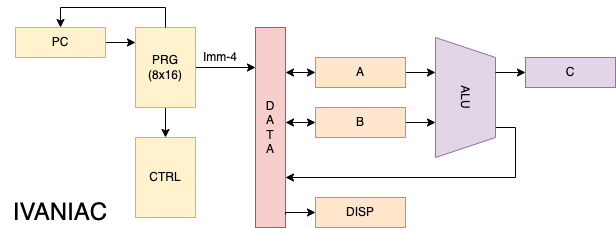
Above: files/images/ivaniac_arch.png in techno-sorcery/techno-sorcery.github.io (draw.io), before the change. Source tidied: cells renumbered, new cells last; positions are measured from the earlier drawing's top-left corner, leaving out a move shared by most shapes. Source of this version:
```xml
<mxGraphModel>
  <root>
    <mxCell id="0" />
    <mxCell id="1" parent="0" />
    <mxCell id="2" style="edgeStyle=orthogonalEdgeStyle;rounded=0;jettySize=auto;html=1;exitX=0.75;exitY=0;exitDx=0;exitDy=0;entryX=1;entryY=0.75;entryDx=0;entryDy=0;" parent="1" edge="1" source="3" target="7">
      <mxGeometry relative="1" as="geometry" />
    </mxCell>
    <mxCell id="3" value="ALU" style="shape=trapezoid;perimeter=trapezoidPerimeter;whiteSpace=wrap;html=1;fixedSize=1;rotation=90;fillColor=#e1d5e7;strokeColor=#9673a6;" parent="1" vertex="1">
      <mxGeometry x="405" y="40" width="120" height="60" as="geometry" />
    </mxCell>
    <mxCell id="4" style="edgeStyle=orthogonalEdgeStyle;rounded=0;jettySize=auto;html=1;exitX=0;exitY=0.5;exitDx=0;exitDy=0;entryX=1;entryY=0.25;entryDx=0;entryDy=0;startArrow=classic;startFill=1;endArrow=classic;endFill=1;" parent="1" edge="1" source="6">
      <mxGeometry relative="1" as="geometry">
        <mxPoint x="285" y="45" as="targetPoint" />
      </mxGeometry>
    </mxCell>
    <mxCell id="5" style="edgeStyle=orthogonalEdgeStyle;rounded=0;jettySize=auto;html=1;exitX=1;exitY=0.5;exitDx=0;exitDy=0;entryX=0.293;entryY=1;entryDx=0;entryDy=0;entryPerimeter=0;" parent="1" edge="1" source="6" target="3">
      <mxGeometry relative="1" as="geometry" />
    </mxCell>
    <mxCell id="6" value="A" style="rounded=0;whiteSpace=wrap;html=1;fillColor=#ffe6cc;strokeColor=#d79b00;" parent="1" vertex="1">
      <mxGeometry x="315" y="30" width="90" height="30" as="geometry" />
    </mxCell>
    <mxCell id="7" value="D&lt;br&gt;A&lt;br&gt;T&lt;br&gt;A" style="rounded=0;whiteSpace=wrap;html=1;fillColor=#f8cecc;strokeColor=#b85450;" parent="1" vertex="1">
      <mxGeometry x="255" width="30" height="200" as="geometry" />
    </mxCell>
    <mxCell id="8" style="edgeStyle=orthogonalEdgeStyle;rounded=0;jettySize=auto;html=1;exitX=0;exitY=0.5;exitDx=0;exitDy=0;entryX=0.291;entryY=0;entryDx=0;entryDy=0;entryPerimeter=0;startArrow=classic;startFill=1;endArrow=none;endFill=0;" parent="1" edge="1" source="9" target="3">
      <mxGeometry relative="1" as="geometry" />
    </mxCell>
    <mxCell id="9" value="C" style="rounded=0;whiteSpace=wrap;html=1;fillColor=#e1d5e7;strokeColor=#9673a6;" parent="1" vertex="1">
      <mxGeometry x="525" y="30" width="90" height="30" as="geometry" />
    </mxCell>
    <mxCell id="10" style="edgeStyle=orthogonalEdgeStyle;rounded=0;jettySize=auto;html=1;exitX=1;exitY=0.5;exitDx=0;exitDy=0;entryX=0;entryY=0.25;entryDx=0;entryDy=0;startArrow=none;startFill=0;endArrow=classic;endFill=1;" parent="1" edge="1" source="12">
      <mxGeometry relative="1" as="geometry">
        <mxPoint x="255" y="40" as="targetPoint" />
      </mxGeometry>
    </mxCell>
    <mxCell id="11" style="edgeStyle=orthogonalEdgeStyle;rounded=0;jettySize=auto;html=1;exitX=0.5;exitY=1;exitDx=0;exitDy=0;entryX=0.5;entryY=0;entryDx=0;entryDy=0;startArrow=none;startFill=0;endArrow=classic;endFill=1;" parent="1" edge="1" source="12" target="16">
      <mxGeometry relative="1" as="geometry" />
    </mxCell>
    <mxCell id="12" value="PRG&lt;br&gt;(8x16)" style="rounded=0;whiteSpace=wrap;html=1;fillColor=#fff2cc;strokeColor=#d6b656;" parent="1" vertex="1">
      <mxGeometry x="135" width="60" height="80" as="geometry" />
    </mxCell>
    <mxCell id="13" style="edgeStyle=orthogonalEdgeStyle;rounded=0;jettySize=auto;html=1;exitX=1;exitY=0.5;exitDx=0;exitDy=0;entryX=0;entryY=0.186;entryDx=0;entryDy=0;entryPerimeter=0;startArrow=none;startFill=0;endArrow=classic;endFill=1;" parent="1" edge="1" source="15" target="12">
      <mxGeometry relative="1" as="geometry" />
    </mxCell>
    <mxCell id="14" style="edgeStyle=orthogonalEdgeStyle;rounded=0;jettySize=auto;html=1;exitX=0.5;exitY=0;exitDx=0;exitDy=0;entryX=0.5;entryY=0;entryDx=0;entryDy=0;startArrow=classic;startFill=1;endArrow=none;endFill=0;" parent="1" edge="1" source="15" target="12">
      <mxGeometry relative="1" as="geometry" />
    </mxCell>
    <mxCell id="15" value="PC" style="rounded=0;whiteSpace=wrap;html=1;fillColor=#fff2cc;strokeColor=#d6b656;" parent="1" vertex="1">
      <mxGeometry x="15" width="90" height="30" as="geometry" />
    </mxCell>
    <mxCell id="16" value="CTRL" style="rounded=0;whiteSpace=wrap;html=1;fillColor=#fff2cc;strokeColor=#d6b656;" parent="1" vertex="1">
      <mxGeometry x="135" y="110" width="60" height="80" as="geometry" />
    </mxCell>
    <mxCell id="17" style="edgeStyle=orthogonalEdgeStyle;rounded=0;jettySize=auto;html=1;exitX=0;exitY=0.5;exitDx=0;exitDy=0;entryX=1;entryY=0.935;entryDx=0;entryDy=0;entryPerimeter=0;startArrow=classic;startFill=1;endArrow=none;endFill=0;" parent="1" edge="1" source="18" target="7">
      <mxGeometry relative="1" as="geometry" />
    </mxCell>
    <mxCell id="18" value="DISP" style="rounded=0;whiteSpace=wrap;html=1;fillColor=#ffe6cc;strokeColor=#d79b00;" parent="1" vertex="1">
      <mxGeometry x="315" y="170" width="90" height="30" as="geometry" />
    </mxCell>
    <mxCell id="19" value="&lt;span style=&quot;font-size: 24px&quot;&gt;IVANIAC&lt;/span&gt;" style="text;html=1;strokeColor=none;fillColor=none;align=center;verticalAlign=middle;whiteSpace=wrap;rounded=0;" parent="1" vertex="1">
      <mxGeometry y="170" width="120" height="30" as="geometry" />
    </mxCell>
    <mxCell id="20" value="Imm-4" style="text;html=1;strokeColor=none;fillColor=none;align=center;verticalAlign=middle;whiteSpace=wrap;rounded=0;fontSize=12;" parent="1" vertex="1">
      <mxGeometry x="195" y="25" width="50" height="10" as="geometry" />
    </mxCell>
    <mxCell id="21" style="edgeStyle=orthogonalEdgeStyle;rounded=0;jettySize=auto;html=1;exitX=1;exitY=0.5;exitDx=0;exitDy=0;entryX=0.25;entryY=1;entryDx=0;entryDy=0;" parent="1" edge="1" source="23">
      <mxGeometry relative="1" as="geometry">
        <mxPoint x="435" y="95" as="targetPoint" />
      </mxGeometry>
    </mxCell>
    <mxCell id="22" style="edgeStyle=orthogonalEdgeStyle;rounded=0;jettySize=auto;html=1;exitX=0;exitY=0.5;exitDx=0;exitDy=0;entryX=1;entryY=0.25;entryDx=0;entryDy=0;startArrow=classic;startFill=1;endArrow=classic;endFill=1;" parent="1" edge="1" source="23">
      <mxGeometry relative="1" as="geometry">
        <mxPoint x="285" y="95" as="targetPoint" />
      </mxGeometry>
    </mxCell>
    <mxCell id="23" value="B" style="rounded=0;whiteSpace=wrap;html=1;fillColor=#ffe6cc;strokeColor=#d79b00;" parent="1" vertex="1">
      <mxGeometry x="315" y="80" width="90" height="30" as="geometry" />
    </mxCell>
  </root>
</mxGraphModel>
```
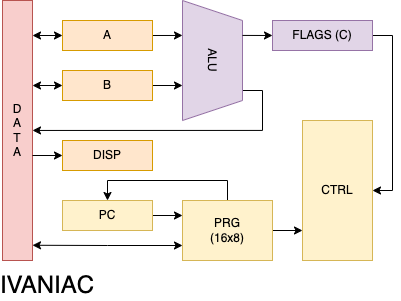
Above is the later version.

Diff of the diagram source:
```diff
@@ -2,79 +2,92 @@
   <root>
     <mxCell id="0" />
     <mxCell id="1" parent="0" />
-    <mxCell id="2" style="edgeStyle=orthogonalEdgeStyle;rounded=0;jettySize=auto;html=1;exitX=0.75;exitY=0;exitDx=0;exitDy=0;entryX=1;entryY=0.75;entryDx=0;entryDy=0;" parent="1" edge="1" source="3" target="7">
-      <mxGeometry relative="1" as="geometry" />
-    </mxCell>
+    <mxCell id="24" style="edgeStyle=orthogonalEdgeStyle;rounded=0;jettySize=auto;html=1;exitX=0.75;exitY=0;exitDx=0;exitDy=0;entryX=1;entryY=0.457;entryDx=0;entryDy=0;entryPerimeter=0;startArrow=none;startFill=0;" parent="1" edge="1" source="3">
+      <mxGeometry relative="1" as="geometry">
+        <mxPoint x="255" y="99.9" as="targetPoint" />
+        <Array as="points">
+          <mxPoint x="485" y="60" />
+          <mxPoint x="485" y="100" />
+        </Array>
+      </mxGeometry>
+    </mxCell>
     <mxCell id="3" value="ALU" style="shape=trapezoid;perimeter=trapezoidPerimeter;whiteSpace=wrap;html=1;fixedSize=1;rotation=90;fillColor=#e1d5e7;strokeColor=#9673a6;" parent="1" vertex="1">
-      <mxGeometry x="405" y="40" width="120" height="60" as="geometry" />
+      <mxGeometry x="375" width="120" height="60" as="geometry" />
     </mxCell>
-    <mxCell id="4" style="edgeStyle=orthogonalEdgeStyle;rounded=0;jettySize=auto;html=1;exitX=0;exitY=0.5;exitDx=0;exitDy=0;entryX=1;entryY=0.25;entryDx=0;entryDy=0;startArrow=classic;startFill=1;endArrow=classic;endFill=1;" parent="1" edge="1" source="6">
-      <mxGeometry relative="1" as="geometry">
-        <mxPoint x="285" y="45" as="targetPoint" />
-      </mxGeometry>
-    </mxCell>
-    <mxCell id="5" style="edgeStyle=orthogonalEdgeStyle;rounded=0;jettySize=auto;html=1;exitX=1;exitY=0.5;exitDx=0;exitDy=0;entryX=0.293;entryY=1;entryDx=0;entryDy=0;entryPerimeter=0;" parent="1" edge="1" source="6" target="3">
-      <mxGeometry relative="1" as="geometry" />
-    </mxCell>
-    <mxCell id="6" value="A" style="rounded=0;whiteSpace=wrap;html=1;fillColor=#ffe6cc;strokeColor=#d79b00;" parent="1" vertex="1">
-      <mxGeometry x="315" y="30" width="90" height="30" as="geometry" />
-    </mxCell>
     <mxCell id="7" value="D&lt;br&gt;A&lt;br&gt;T&lt;br&gt;A" style="rounded=0;whiteSpace=wrap;html=1;fillColor=#f8cecc;strokeColor=#b85450;" parent="1" vertex="1">
-      <mxGeometry x="255" width="30" height="200" as="geometry" />
+      <mxGeometry x="225" y="-30" width="30" height="260" as="geometry" />
     </mxCell>
-    <mxCell id="8" style="edgeStyle=orthogonalEdgeStyle;rounded=0;jettySize=auto;html=1;exitX=0;exitY=0.5;exitDx=0;exitDy=0;entryX=0.291;entryY=0;entryDx=0;entryDy=0;entryPerimeter=0;startArrow=classic;startFill=1;endArrow=none;endFill=0;" parent="1" edge="1" source="9" target="3">
-      <mxGeometry relative="1" as="geometry" />
+    <mxCell id="8" style="edgeStyle=orthogonalEdgeStyle;rounded=0;jettySize=auto;html=1;entryX=0.291;entryY=0;entryDx=0;entryDy=0;entryPerimeter=0;startArrow=classic;startFill=1;endArrow=none;endFill=0;" parent="1" edge="1" target="3">
+      <mxGeometry relative="1" as="geometry">
+        <mxPoint x="495" y="5" as="sourcePoint" />
+        <Array as="points">
+          <mxPoint x="495" y="5" />
+        </Array>
+      </mxGeometry>
     </mxCell>
+    <mxCell id="25" style="edgeStyle=orthogonalEdgeStyle;rounded=0;jettySize=auto;html=1;exitX=1;exitY=0.5;exitDx=0;exitDy=0;entryX=1;entryY=0.5;entryDx=0;entryDy=0;startArrow=none;startFill=0;endArrow=classic;endFill=1;" parent="1" edge="1" source="9" target="16">
+      <mxGeometry relative="1" as="geometry" />
+    </mxCell>
-    <mxCell id="9" value="C" style="rounded=0;whiteSpace=wrap;html=1;fillColor=#e1d5e7;strokeColor=#9673a6;" parent="1" vertex="1">
-      <mxGeometry x="525" y="30" width="90" height="30" as="geometry" />
+    <mxCell id="9" value="FLAGS (C)" style="rounded=0;whiteSpace=wrap;html=1;fillColor=#e1d5e7;strokeColor=#9673a6;" parent="1" vertex="1">
+      <mxGeometry x="495" y="-10" width="100" height="30" as="geometry" />
     </mxCell>
-    <mxCell id="10" style="edgeStyle=orthogonalEdgeStyle;rounded=0;jettySize=auto;html=1;exitX=1;exitY=0.5;exitDx=0;exitDy=0;entryX=0;entryY=0.25;entryDx=0;entryDy=0;startArrow=none;startFill=0;endArrow=classic;endFill=1;" parent="1" edge="1" source="12">
-      <mxGeometry relative="1" as="geometry">
-        <mxPoint x="255" y="40" as="targetPoint" />
-      </mxGeometry>
-    </mxCell>
-    <mxCell id="11" style="edgeStyle=orthogonalEdgeStyle;rounded=0;jettySize=auto;html=1;exitX=0.5;exitY=1;exitDx=0;exitDy=0;entryX=0.5;entryY=0;entryDx=0;entryDy=0;startArrow=none;startFill=0;endArrow=classic;endFill=1;" parent="1" edge="1" source="12" target="16">
-      <mxGeometry relative="1" as="geometry" />
-    </mxCell>
-    <mxCell id="12" value="PRG&lt;br&gt;(8x16)" style="rounded=0;whiteSpace=wrap;html=1;fillColor=#fff2cc;strokeColor=#d6b656;" parent="1" vertex="1">
-      <mxGeometry x="135" width="60" height="80" as="geometry" />
-    </mxCell>
-    <mxCell id="13" style="edgeStyle=orthogonalEdgeStyle;rounded=0;jettySize=auto;html=1;exitX=1;exitY=0.5;exitDx=0;exitDy=0;entryX=0;entryY=0.186;entryDx=0;entryDy=0;entryPerimeter=0;startArrow=none;startFill=0;endArrow=classic;endFill=1;" parent="1" edge="1" source="15" target="12">
-      <mxGeometry relative="1" as="geometry" />
-    </mxCell>
-    <mxCell id="14" style="edgeStyle=orthogonalEdgeStyle;rounded=0;jettySize=auto;html=1;exitX=0.5;exitY=0;exitDx=0;exitDy=0;entryX=0.5;entryY=0;entryDx=0;entryDy=0;startArrow=classic;startFill=1;endArrow=none;endFill=0;" parent="1" edge="1" source="15" target="12">
-      <mxGeometry relative="1" as="geometry" />
-    </mxCell>
+    <mxCell id="19" value="&lt;span style=&quot;font-size: 24px&quot;&gt;IVANIAC&lt;/span&gt;" style="text;html=1;strokeColor=none;fillColor=none;align=center;verticalAlign=middle;whiteSpace=wrap;rounded=0;" parent="1" vertex="1">
+      <mxGeometry x="225" y="240" width="90" height="30" as="geometry" />
+    </mxCell>
+    <mxCell id="26" style="edgeStyle=orthogonalEdgeStyle;rounded=0;jettySize=auto;html=1;exitX=1;exitY=0.5;exitDx=0;exitDy=0;entryX=0.208;entryY=1;entryDx=0;entryDy=0;entryPerimeter=0;startArrow=none;startFill=0;endArrow=classic;endFill=1;" parent="1" edge="1" source="6">
+      <mxGeometry relative="1" as="geometry">
+        <mxPoint x="405" y="5" as="targetPoint" />
+      </mxGeometry>
+    </mxCell>
+    <mxCell id="27" style="edgeStyle=orthogonalEdgeStyle;rounded=0;jettySize=auto;html=1;exitX=0;exitY=0.5;exitDx=0;exitDy=0;entryX=1;entryY=0.227;entryDx=0;entryDy=0;entryPerimeter=0;startArrow=classic;startFill=1;endArrow=classic;endFill=1;" parent="1" edge="1" source="6">
+      <mxGeometry relative="1" as="geometry">
+        <mxPoint x="255" y="4.9" as="targetPoint" />
+      </mxGeometry>
+    </mxCell>
+    <mxCell id="6" value="A" style="rounded=0;whiteSpace=wrap;html=1;fillColor=#ffe6cc;strokeColor=#d79b00;" parent="1" vertex="1">
+      <mxGeometry x="285" y="-10" width="90" height="30" as="geometry" />
+    </mxCell>
+    <mxCell id="28" style="edgeStyle=orthogonalEdgeStyle;rounded=0;jettySize=auto;html=1;exitX=0;exitY=0.5;exitDx=0;exitDy=0;entryX=1;entryY=0.227;entryDx=0;entryDy=0;entryPerimeter=0;startArrow=classic;startFill=1;endArrow=none;endFill=0;" parent="1" edge="1" source="18">
+      <mxGeometry relative="1" as="geometry">
+        <mxPoint x="255" y="124.9" as="targetPoint" />
+      </mxGeometry>
+    </mxCell>
+    <mxCell id="18" value="DISP" style="rounded=0;whiteSpace=wrap;html=1;fillColor=#ffe6cc;strokeColor=#d79b00;" parent="1" vertex="1">
+      <mxGeometry x="285" y="110" width="90" height="30" as="geometry" />
+    </mxCell>
+    <mxCell id="29" style="edgeStyle=orthogonalEdgeStyle;rounded=0;jettySize=auto;html=1;exitX=1;exitY=0.5;exitDx=0;exitDy=0;entryX=0;entryY=0.25;entryDx=0;entryDy=0;startArrow=none;startFill=0;endArrow=classic;endFill=1;" parent="1" edge="1" source="15" target="33">
+      <mxGeometry relative="1" as="geometry" />
+    </mxCell>
     <mxCell id="15" value="PC" style="rounded=0;whiteSpace=wrap;html=1;fillColor=#fff2cc;strokeColor=#d6b656;" parent="1" vertex="1">
-      <mxGeometry x="15" width="90" height="30" as="geometry" />
+      <mxGeometry x="285" y="170" width="90" height="30" as="geometry" />
     </mxCell>
+    <mxCell id="30" style="edgeStyle=orthogonalEdgeStyle;rounded=0;jettySize=auto;html=1;exitX=0;exitY=0.75;exitDx=0;exitDy=0;entryX=1;entryY=0.579;entryDx=0;entryDy=0;entryPerimeter=0;startArrow=classic;startFill=1;endArrow=classic;endFill=1;" parent="1" edge="1" source="33">
+      <mxGeometry relative="1" as="geometry">
+        <mxPoint x="255" y="214.8" as="targetPoint" />
+      </mxGeometry>
+    </mxCell>
+    <mxCell id="31" style="edgeStyle=orthogonalEdgeStyle;rounded=0;jettySize=auto;html=1;exitX=1;exitY=0.5;exitDx=0;exitDy=0;entryX=0;entryY=0.787;entryDx=0;entryDy=0;entryPerimeter=0;startArrow=none;startFill=0;endArrow=classic;endFill=1;" parent="1" edge="1" source="33" target="16">
+      <mxGeometry relative="1" as="geometry" />
+    </mxCell>
+    <mxCell id="32" style="edgeStyle=orthogonalEdgeStyle;rounded=0;jettySize=auto;html=1;exitX=0.5;exitY=0;exitDx=0;exitDy=0;entryX=0.5;entryY=0;entryDx=0;entryDy=0;startArrow=none;startFill=0;" parent="1" edge="1" source="33" target="15">
+      <mxGeometry relative="1" as="geometry" />
+    </mxCell>
+    <mxCell id="33" value="PRG&lt;br&gt;(16x8)" style="rounded=0;whiteSpace=wrap;html=1;fillColor=#fff2cc;strokeColor=#d6b656;" parent="1" vertex="1">
+      <mxGeometry x="405" y="170" width="90" height="60" as="geometry" />
+    </mxCell>
     <mxCell id="16" value="CTRL" style="rounded=0;whiteSpace=wrap;html=1;fillColor=#fff2cc;strokeColor=#d6b656;" parent="1" vertex="1">
-      <mxGeometry x="135" y="110" width="60" height="80" as="geometry" />
+      <mxGeometry x="525" y="90" width="70" height="140" as="geometry" />
     </mxCell>
-    <mxCell id="17" style="edgeStyle=orthogonalEdgeStyle;rounded=0;jettySize=auto;html=1;exitX=0;exitY=0.5;exitDx=0;exitDy=0;entryX=1;entryY=0.935;entryDx=0;entryDy=0;entryPerimeter=0;startArrow=classic;startFill=1;endArrow=none;endFill=0;" parent="1" edge="1" source="18" target="7">
-      <mxGeometry relative="1" as="geometry" />
-    </mxCell>
-    <mxCell id="18" value="DISP" style="rounded=0;whiteSpace=wrap;html=1;fillColor=#ffe6cc;strokeColor=#d79b00;" parent="1" vertex="1">
-      <mxGeometry x="315" y="170" width="90" height="30" as="geometry" />
-    </mxCell>
-    <mxCell id="19" value="&lt;span style=&quot;font-size: 24px&quot;&gt;IVANIAC&lt;/span&gt;" style="text;html=1;strokeColor=none;fillColor=none;align=center;verticalAlign=middle;whiteSpace=wrap;rounded=0;" parent="1" vertex="1">
-      <mxGeometry y="170" width="120" height="30" as="geometry" />
-    </mxCell>
-    <mxCell id="20" value="Imm-4" style="text;html=1;strokeColor=none;fillColor=none;align=center;verticalAlign=middle;whiteSpace=wrap;rounded=0;fontSize=12;" parent="1" vertex="1">
-      <mxGeometry x="195" y="25" width="50" height="10" as="geometry" />
-    </mxCell>
-    <mxCell id="21" style="edgeStyle=orthogonalEdgeStyle;rounded=0;jettySize=auto;html=1;exitX=1;exitY=0.5;exitDx=0;exitDy=0;entryX=0.25;entryY=1;entryDx=0;entryDy=0;" parent="1" edge="1" source="23">
-      <mxGeometry relative="1" as="geometry">
-        <mxPoint x="435" y="95" as="targetPoint" />
-      </mxGeometry>
-    </mxCell>
-    <mxCell id="22" style="edgeStyle=orthogonalEdgeStyle;rounded=0;jettySize=auto;html=1;exitX=0;exitY=0.5;exitDx=0;exitDy=0;entryX=1;entryY=0.25;entryDx=0;entryDy=0;startArrow=classic;startFill=1;endArrow=classic;endFill=1;" parent="1" edge="1" source="23">
-      <mxGeometry relative="1" as="geometry">
-        <mxPoint x="285" y="95" as="targetPoint" />
-      </mxGeometry>
-    </mxCell>
+    <mxCell id="34" style="edgeStyle=orthogonalEdgeStyle;rounded=0;jettySize=auto;html=1;exitX=1;exitY=0.5;exitDx=0;exitDy=0;entryX=0.707;entryY=1;entryDx=0;entryDy=0;entryPerimeter=0;" parent="1" edge="1" source="23" target="3">
+      <mxGeometry relative="1" as="geometry" />
+    </mxCell>
+    <mxCell id="35" style="edgeStyle=orthogonalEdgeStyle;rounded=0;jettySize=auto;html=1;exitX=0;exitY=0.5;exitDx=0;exitDy=0;entryX=1;entryY=0.328;entryDx=0;entryDy=0;entryPerimeter=0;startArrow=classic;startFill=1;" parent="1" edge="1" source="23">
+      <mxGeometry relative="1" as="geometry">
+        <mxPoint x="255" y="54.8" as="targetPoint" />
+      </mxGeometry>
+    </mxCell>
     <mxCell id="23" value="B" style="rounded=0;whiteSpace=wrap;html=1;fillColor=#ffe6cc;strokeColor=#d79b00;" parent="1" vertex="1">
-      <mxGeometry x="315" y="80" width="90" height="30" as="geometry" />
+      <mxGeometry x="285" y="40" width="90" height="30" as="geometry" />
     </mxCell>
   </root>
 </mxGraphModel>
```
